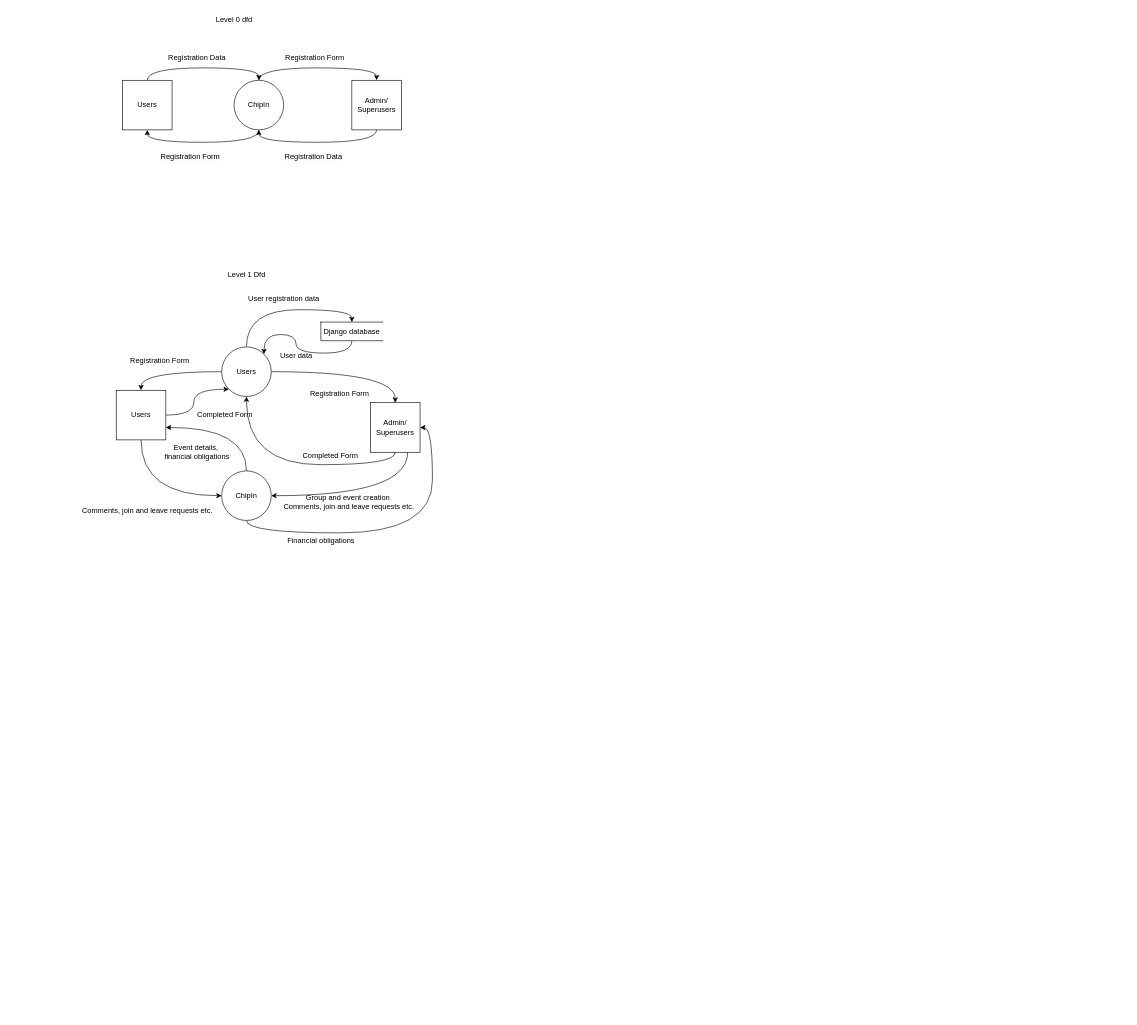
This is SSa_project.drawio from GeorginaFox/at1, a draw.io file, before an edit. Source tidied: cells renumbered, new cells numbered last; positions are measured from the earlier drawing's top-left corner, leaving out a move shared by most shapes. Both pictures are drawn from the tidied source at 62%, with x=0, y=0 at pixel (76, 11).
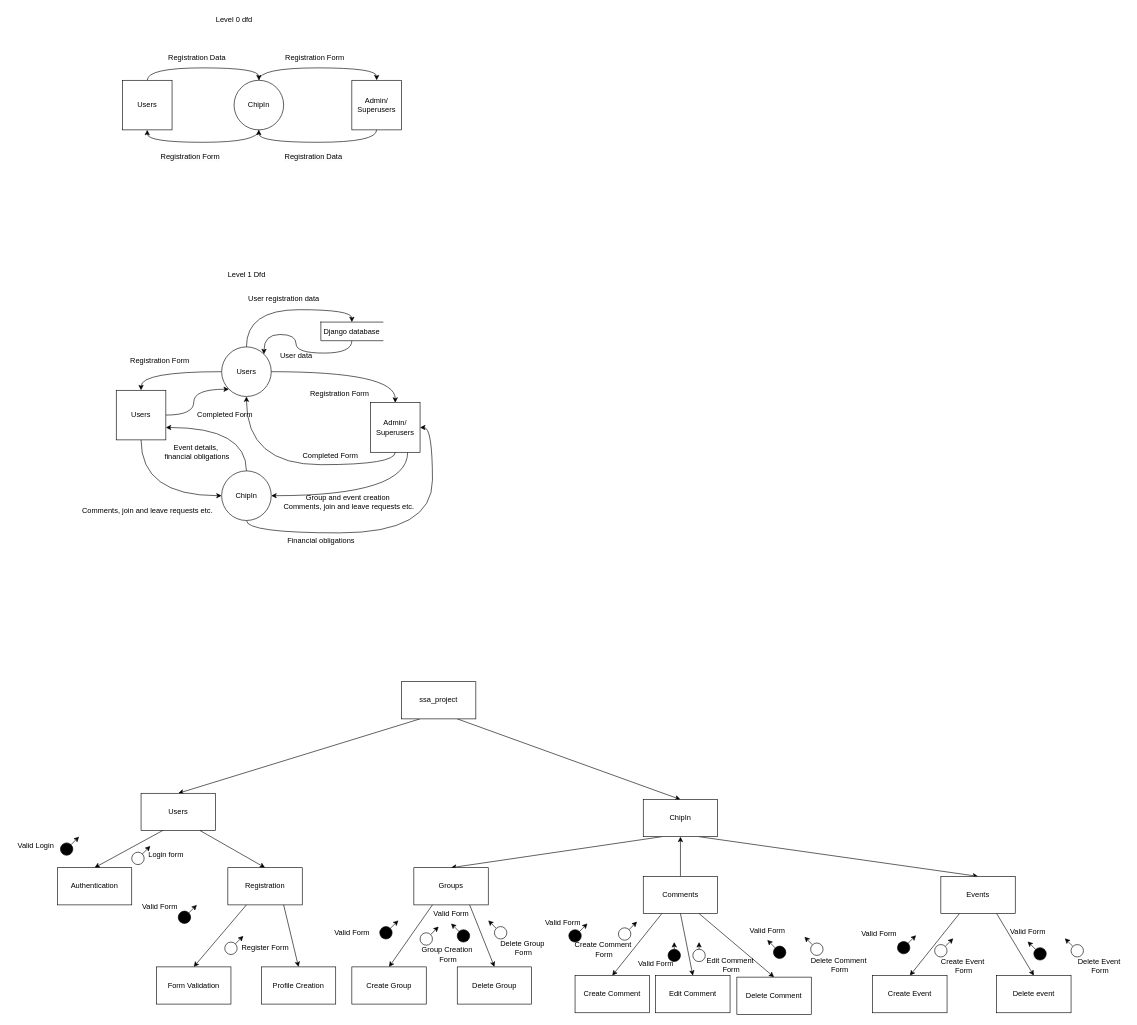
After the change.

Change to the diagram source:
```diff
@@
+    <mxCell id="40" style="rounded=0;jettySize=auto;html=1;exitX=0.25;exitY=1;exitDx=0;exitDy=0;entryX=0.5;entryY=0;entryDx=0;entryDy=0;" parent="1" edge="1" source="42" target="46">
+      <mxGeometry relative="1" as="geometry" />
+    </mxCell>
+    <mxCell id="41" style="rounded=0;jettySize=auto;html=1;exitX=0.75;exitY=1;exitDx=0;exitDy=0;entryX=0.5;entryY=0;entryDx=0;entryDy=0;" parent="1" edge="1" source="42" target="45">
+      <mxGeometry relative="1" as="geometry" />
+    </mxCell>
+    <mxCell id="42" value="ssa_project" style="rounded=0;whiteSpace=wrap;html=1;" parent="1" vertex="1">
+      <mxGeometry x="525" y="1082" width="120" height="60" as="geometry" />
+    </mxCell>
+    <mxCell id="43" style="rounded=0;jettySize=auto;html=1;exitX=0.25;exitY=1;exitDx=0;exitDy=0;entryX=0.5;entryY=0;entryDx=0;entryDy=0;" parent="1" edge="1" source="45" target="66">
+      <mxGeometry relative="1" as="geometry" />
+    </mxCell>
+    <mxCell id="44" style="rounded=0;jettySize=auto;html=1;exitX=0.75;exitY=1;exitDx=0;exitDy=0;entryX=0.5;entryY=0;entryDx=0;entryDy=0;" parent="1" edge="1" source="45" target="61">
+      <mxGeometry relative="1" as="geometry" />
+    </mxCell>
+    <mxCell id="45" value="ChipIn" style="rounded=0;whiteSpace=wrap;html=1;" parent="1" vertex="1">
+      <mxGeometry x="915" y="1272" width="120" height="60" as="geometry" />
+    </mxCell>
+    <mxCell id="46" value="Users" style="rounded=0;whiteSpace=wrap;html=1;" parent="1" vertex="1">
+      <mxGeometry x="105" y="1262" width="120" height="60" as="geometry" />
+    </mxCell>
+    <mxCell id="47" style="rounded=0;jettySize=auto;html=1;exitX=0.25;exitY=1;exitDx=0;exitDy=0;entryX=0.5;entryY=0;entryDx=0;entryDy=0;" parent="1" edge="1" target="50">
+      <mxGeometry relative="1" as="geometry">
+        <mxPoint x="140" y="1322" as="sourcePoint" />
+      </mxGeometry>
+    </mxCell>
+    <mxCell id="48" style="rounded=0;jettySize=auto;html=1;exitX=0.75;exitY=1;exitDx=0;exitDy=0;entryX=0.5;entryY=0;entryDx=0;entryDy=0;" parent="1" edge="1" target="49">
+      <mxGeometry relative="1" as="geometry">
+        <mxPoint x="200" y="1322" as="sourcePoint" />
+      </mxGeometry>
+    </mxCell>
+    <mxCell id="49" value="Registration" style="rounded=0;whiteSpace=wrap;html=1;" parent="1" vertex="1">
+      <mxGeometry x="245" y="1382" width="120" height="60" as="geometry" />
+    </mxCell>
+    <mxCell id="50" value="Authentication" style="rounded=0;whiteSpace=wrap;html=1;" parent="1" vertex="1">
+      <mxGeometry x="-30" y="1382" width="120" height="60" as="geometry" />
+    </mxCell>
+    <mxCell id="51" style="rounded=0;jettySize=auto;html=1;exitX=0.25;exitY=1;exitDx=0;exitDy=0;entryX=0.5;entryY=0;entryDx=0;entryDy=0;" parent="1" edge="1" source="49" target="54">
+      <mxGeometry relative="1" as="geometry" />
+    </mxCell>
+    <mxCell id="52" style="rounded=0;jettySize=auto;html=1;exitX=0.75;exitY=1;exitDx=0;exitDy=0;entryX=0.5;entryY=0;entryDx=0;entryDy=0;" parent="1" edge="1" source="49" target="53">
+      <mxGeometry relative="1" as="geometry" />
+    </mxCell>
+    <mxCell id="53" value="Profile Creation" style="rounded=0;whiteSpace=wrap;html=1;" parent="1" vertex="1">
+      <mxGeometry x="299" y="1542" width="120" height="60" as="geometry" />
+    </mxCell>
+    <mxCell id="54" value="Form Validation" style="rounded=0;whiteSpace=wrap;html=1;" parent="1" vertex="1">
+      <mxGeometry x="130" y="1542" width="120" height="60" as="geometry" />
+    </mxCell>
+    <mxCell id="55" value="Valid Login" style="text;html=1;align=center;verticalAlign=middle;strokeColor=none;fillColor=none;" parent="1" vertex="1">
+      <mxGeometry x="-105" y="1332" width="80" height="30" as="geometry" />
+    </mxCell>
+    <mxCell id="56" style="rounded=0;jettySize=auto;html=1;exitX=1;exitY=0;exitDx=0;exitDy=0;" parent="1" edge="1" source="57">
+      <mxGeometry relative="1" as="geometry">
+        <mxPoint x="195" y="1442" as="targetPoint" />
+      </mxGeometry>
+    </mxCell>
+    <mxCell id="57" style="ellipse;whiteSpace=wrap;html=1;fillColor=#000000;" parent="1" vertex="1">
+      <mxGeometry x="165" y="1452" width="20" height="20" as="geometry" />
+    </mxCell>
+    <mxCell id="58" value="Valid Form" style="text;html=1;align=center;verticalAlign=middle;strokeColor=none;fillColor=none;" parent="1" vertex="1">
+      <mxGeometry x="95" y="1430" width="80" height="30" as="geometry" />
+    </mxCell>
+    <mxCell id="59" value="Register Form" style="text;html=1;align=center;verticalAlign=middle;strokeColor=none;fillColor=none;" parent="1" vertex="1">
+      <mxGeometry x="255" y="1497" width="100" height="30" as="geometry" />
+    </mxCell>
+    <mxCell id="60" value="Login form" style="text;html=1;align=center;verticalAlign=middle;strokeColor=none;fillColor=none;" parent="1" vertex="1">
+      <mxGeometry x="105" y="1347" width="80" height="30" as="geometry" />
+    </mxCell>
+    <mxCell id="61" value="Events" style="rounded=0;whiteSpace=wrap;html=1;" parent="1" vertex="1">
+      <mxGeometry x="1395" y="1396" width="120" height="60" as="geometry" />
+    </mxCell>
+    <mxCell id="62" style="rounded=0;jettySize=auto;html=1;exitX=0.25;exitY=1;exitDx=0;exitDy=0;entryX=0.5;entryY=0;entryDx=0;entryDy=0;" parent="1" edge="1" source="61" target="65">
+      <mxGeometry relative="1" as="geometry" />
+    </mxCell>
+    <mxCell id="63" style="rounded=0;jettySize=auto;html=1;exitX=0.75;exitY=1;exitDx=0;exitDy=0;entryX=0.5;entryY=0;entryDx=0;entryDy=0;" parent="1" edge="1" source="61" target="64">
+      <mxGeometry relative="1" as="geometry" />
+    </mxCell>
+    <mxCell id="64" value="Delete event" style="rounded=0;whiteSpace=wrap;html=1;" parent="1" vertex="1">
+      <mxGeometry x="1485" y="1556" width="120" height="60" as="geometry" />
+    </mxCell>
+    <mxCell id="65" value="Create Event" style="rounded=0;whiteSpace=wrap;html=1;" parent="1" vertex="1">
+      <mxGeometry x="1285" y="1556" width="120" height="60" as="geometry" />
+    </mxCell>
+    <mxCell id="66" value="Groups" style="rounded=0;whiteSpace=wrap;html=1;" parent="1" vertex="1">
+      <mxGeometry x="545" y="1382" width="120" height="60" as="geometry" />
+    </mxCell>
+    <mxCell id="67" style="rounded=0;jettySize=auto;html=1;exitX=0.25;exitY=1;exitDx=0;exitDy=0;entryX=0.5;entryY=0;entryDx=0;entryDy=0;" parent="1" edge="1" source="66" target="70">
+      <mxGeometry relative="1" as="geometry" />
+    </mxCell>
+    <mxCell id="68" style="rounded=0;jettySize=auto;html=1;exitX=0.75;exitY=1;exitDx=0;exitDy=0;entryX=0.5;entryY=0;entryDx=0;entryDy=0;" parent="1" edge="1" source="66" target="69">
+      <mxGeometry relative="1" as="geometry" />
+    </mxCell>
+    <mxCell id="69" value="Delete Group" style="rounded=0;whiteSpace=wrap;html=1;" parent="1" vertex="1">
+      <mxGeometry x="615" y="1542" width="120" height="60" as="geometry" />
+    </mxCell>
+    <mxCell id="70" value="Create Group" style="rounded=0;whiteSpace=wrap;html=1;" parent="1" vertex="1">
+      <mxGeometry x="445" y="1542" width="120" height="60" as="geometry" />
+    </mxCell>
+    <mxCell id="71" style="rounded=0;jettySize=auto;html=1;exitX=1;exitY=0;exitDx=0;exitDy=0;" parent="1" edge="1" source="72">
+      <mxGeometry relative="1" as="geometry">
+        <mxPoint x="5" y="1332" as="targetPoint" />
+      </mxGeometry>
+    </mxCell>
+    <mxCell id="72" style="ellipse;whiteSpace=wrap;html=1;fillColor=#000000;" parent="1" vertex="1">
+      <mxGeometry x="-25" y="1342" width="20" height="20" as="geometry" />
+    </mxCell>
+    <mxCell id="73" style="rounded=0;jettySize=auto;html=1;exitX=1;exitY=0;exitDx=0;exitDy=0;" parent="1" edge="1" source="74">
+      <mxGeometry relative="1" as="geometry">
+        <mxPoint x="120" y="1347" as="targetPoint" />
+      </mxGeometry>
+    </mxCell>
+    <mxCell id="74" style="ellipse;whiteSpace=wrap;html=1;fillColor=#FFFFFF;" parent="1" vertex="1">
+      <mxGeometry x="90" y="1357" width="20" height="20" as="geometry" />
+    </mxCell>
+    <mxCell id="75" style="rounded=0;jettySize=auto;html=1;exitX=1;exitY=0;exitDx=0;exitDy=0;" parent="1" edge="1" source="76">
+      <mxGeometry relative="1" as="geometry">
+        <mxPoint x="270" y="1492" as="targetPoint" />
+      </mxGeometry>
+    </mxCell>
+    <mxCell id="76" style="ellipse;whiteSpace=wrap;html=1;fillColor=#FFFFFF;" parent="1" vertex="1">
+      <mxGeometry x="240" y="1502" width="20" height="20" as="geometry" />
+    </mxCell>
+    <mxCell id="77" style="rounded=0;jettySize=auto;html=1;exitX=1;exitY=0;exitDx=0;exitDy=0;" parent="1" edge="1" source="78">
+      <mxGeometry relative="1" as="geometry">
+        <mxPoint x="520" y="1467" as="targetPoint" />
+      </mxGeometry>
+    </mxCell>
+    <mxCell id="78" style="ellipse;whiteSpace=wrap;html=1;fillColor=#000000;" parent="1" vertex="1">
+      <mxGeometry x="490" y="1477" width="20" height="20" as="geometry" />
+    </mxCell>
+    <mxCell id="79" value="Valid Form" style="text;html=1;align=center;verticalAlign=middle;strokeColor=none;fillColor=none;" parent="1" vertex="1">
+      <mxGeometry x="405" y="1472" width="80" height="30" as="geometry" />
+    </mxCell>
+    <mxCell id="80" style="rounded=0;jettySize=auto;html=1;exitX=1;exitY=0;exitDx=0;exitDy=0;" parent="1" edge="1" source="81">
+      <mxGeometry relative="1" as="geometry">
+        <mxPoint x="585" y="1477" as="targetPoint" />
+      </mxGeometry>
+    </mxCell>
+    <mxCell id="81" style="ellipse;whiteSpace=wrap;html=1;fillColor=#FFFFFF;gradientColor=none;" parent="1" vertex="1">
+      <mxGeometry x="555" y="1487" width="20" height="20" as="geometry" />
+    </mxCell>
+    <mxCell id="82" value="Group Creation&amp;nbsp;&lt;div&gt;Form&lt;/div&gt;" style="text;html=1;align=center;verticalAlign=middle;strokeColor=none;fillColor=none;" parent="1" vertex="1">
+      <mxGeometry x="545" y="1502" width="110" height="40" as="geometry" />
+    </mxCell>
+    <mxCell id="83" value="Valid Form" style="text;html=1;align=center;verticalAlign=middle;strokeColor=none;fillColor=none;" parent="1" vertex="1">
+      <mxGeometry x="1255" y="1474" width="80" height="30" as="geometry" />
+    </mxCell>
+    <mxCell id="84" style="rounded=0;jettySize=auto;html=1;exitX=1;exitY=0;exitDx=0;exitDy=0;" parent="1" edge="1" source="85">
+      <mxGeometry relative="1" as="geometry">
+        <mxPoint x="1355" y="1491" as="targetPoint" />
+      </mxGeometry>
+    </mxCell>
+    <mxCell id="85" style="ellipse;whiteSpace=wrap;html=1;fillColor=#000000;" parent="1" vertex="1">
+      <mxGeometry x="1325" y="1501" width="20" height="20" as="geometry" />
+    </mxCell>
+    <mxCell id="86" style="rounded=0;jettySize=auto;html=1;exitX=1;exitY=0;exitDx=0;exitDy=0;" parent="1" edge="1" source="87">
+      <mxGeometry relative="1" as="geometry">
+        <mxPoint x="1415" y="1496" as="targetPoint" />
+      </mxGeometry>
+    </mxCell>
+    <mxCell id="87" style="ellipse;whiteSpace=wrap;html=1;fillColor=#FFFFFF;gradientColor=none;" parent="1" vertex="1">
+      <mxGeometry x="1385" y="1506" width="20" height="20" as="geometry" />
+    </mxCell>
+    <mxCell id="88" value="Create Event&lt;div&gt;&amp;nbsp;Form&lt;/div&gt;" style="text;html=1;align=center;verticalAlign=middle;strokeColor=none;fillColor=none;" parent="1" vertex="1">
+      <mxGeometry x="1385" y="1521" width="90" height="40" as="geometry" />
+    </mxCell>
+    <mxCell id="89" value="Valid Form" style="text;html=1;align=center;verticalAlign=middle;strokeColor=none;fillColor=none;" parent="1" vertex="1">
+      <mxGeometry x="1495" y="1471" width="80" height="30" as="geometry" />
+    </mxCell>
+    <mxCell id="90" style="rounded=0;jettySize=auto;html=1;exitX=0;exitY=0;exitDx=0;exitDy=0;" parent="1" edge="1" source="91">
+      <mxGeometry relative="1" as="geometry">
+        <mxPoint x="1595" y="1496" as="targetPoint" />
+      </mxGeometry>
+    </mxCell>
+    <mxCell id="91" style="ellipse;whiteSpace=wrap;html=1;fillColor=#FFFFFF;gradientColor=none;" parent="1" vertex="1">
+      <mxGeometry x="1605" y="1506" width="20" height="20" as="geometry" />
+    </mxCell>
+    <mxCell id="92" value="Delete Event&lt;div&gt;&amp;nbsp;Form&lt;/div&gt;" style="text;html=1;align=center;verticalAlign=middle;strokeColor=none;fillColor=none;" parent="1" vertex="1">
+      <mxGeometry x="1605" y="1521" width="90" height="40" as="geometry" />
+    </mxCell>
+    <mxCell id="93" style="rounded=0;jettySize=auto;html=1;exitX=0;exitY=0;exitDx=0;exitDy=0;" parent="1" edge="1" source="94">
+      <mxGeometry relative="1" as="geometry">
+        <mxPoint x="1535" y="1501" as="targetPoint" />
+      </mxGeometry>
+    </mxCell>
+    <mxCell id="94" style="ellipse;whiteSpace=wrap;html=1;fillColor=#000000;gradientColor=none;" parent="1" vertex="1">
+      <mxGeometry x="1545" y="1511" width="20" height="20" as="geometry" />
+    </mxCell>
+    <mxCell id="95" value="Valid Form" style="text;html=1;align=center;verticalAlign=middle;strokeColor=none;fillColor=none;" parent="1" vertex="1">
+      <mxGeometry x="565" y="1442" width="80" height="30" as="geometry" />
+    </mxCell>
+    <mxCell id="96" style="rounded=0;jettySize=auto;html=1;exitX=0;exitY=0;exitDx=0;exitDy=0;" parent="1" edge="1" source="97">
+      <mxGeometry relative="1" as="geometry">
+        <mxPoint x="665" y="1467" as="targetPoint" />
+      </mxGeometry>
+    </mxCell>
+    <mxCell id="97" style="ellipse;whiteSpace=wrap;html=1;fillColor=#FFFFFF;gradientColor=none;" parent="1" vertex="1">
+      <mxGeometry x="675" y="1477" width="20" height="20" as="geometry" />
+    </mxCell>
+    <mxCell id="98" value="Delete Group&lt;div&gt;&amp;nbsp;Form&lt;/div&gt;" style="text;html=1;align=center;verticalAlign=middle;strokeColor=none;fillColor=none;" parent="1" vertex="1">
+      <mxGeometry x="675" y="1492" width="90" height="40" as="geometry" />
+    </mxCell>
+    <mxCell id="99" style="rounded=0;jettySize=auto;html=1;exitX=0;exitY=0;exitDx=0;exitDy=0;" parent="1" edge="1" source="100">
+      <mxGeometry relative="1" as="geometry">
+        <mxPoint x="605" y="1472" as="targetPoint" />
+      </mxGeometry>
+    </mxCell>
+    <mxCell id="100" style="ellipse;whiteSpace=wrap;html=1;fillColor=#000000;gradientColor=none;" parent="1" vertex="1">
+      <mxGeometry x="615" y="1482" width="20" height="20" as="geometry" />
+    </mxCell>
+    <mxCell id="101" style="rounded=0;jettySize=auto;html=1;exitX=0.5;exitY=0;exitDx=0;exitDy=0;entryX=0.5;entryY=1;entryDx=0;entryDy=0;" parent="1" edge="1" source="102" target="45">
+      <mxGeometry relative="1" as="geometry" />
+    </mxCell>
+    <mxCell id="102" value="Comments" style="rounded=0;whiteSpace=wrap;html=1;" parent="1" vertex="1">
+      <mxGeometry x="915" y="1396" width="120" height="60" as="geometry" />
+    </mxCell>
+    <mxCell id="103" style="rounded=0;jettySize=auto;html=1;exitX=0.25;exitY=1;exitDx=0;exitDy=0;entryX=0.5;entryY=0;entryDx=0;entryDy=0;" parent="1" edge="1" source="102" target="106">
+      <mxGeometry relative="1" as="geometry" />
+    </mxCell>
+    <mxCell id="104" style="rounded=0;jettySize=auto;html=1;exitX=0.75;exitY=1;exitDx=0;exitDy=0;entryX=0.5;entryY=0;entryDx=0;entryDy=0;" parent="1" edge="1" source="102" target="105">
+      <mxGeometry relative="1" as="geometry" />
+    </mxCell>
+    <mxCell id="105" value="Delete Comment" style="rounded=0;whiteSpace=wrap;html=1;" parent="1" vertex="1">
+      <mxGeometry x="1066" y="1558.5" width="120" height="60" as="geometry" />
+    </mxCell>
+    <mxCell id="106" value="Create Comment" style="rounded=0;whiteSpace=wrap;html=1;" parent="1" vertex="1">
+      <mxGeometry x="805" y="1556" width="120" height="60" as="geometry" />
+    </mxCell>
+    <mxCell id="107" value="Valid Form" style="text;html=1;align=center;verticalAlign=middle;strokeColor=none;fillColor=none;" parent="1" vertex="1">
+      <mxGeometry x="745" y="1456" width="80" height="30" as="geometry" />
+    </mxCell>
+    <mxCell id="108" style="rounded=0;jettySize=auto;html=1;exitX=1;exitY=0;exitDx=0;exitDy=0;" parent="1" edge="1" source="109">
+      <mxGeometry relative="1" as="geometry">
+        <mxPoint x="825" y="1472" as="targetPoint" />
+      </mxGeometry>
+    </mxCell>
+    <mxCell id="109" style="ellipse;whiteSpace=wrap;html=1;fillColor=#000000;" parent="1" vertex="1">
+      <mxGeometry x="795" y="1482" width="20" height="20" as="geometry" />
+    </mxCell>
+    <mxCell id="110" style="rounded=0;jettySize=auto;html=1;exitX=1;exitY=0;exitDx=0;exitDy=0;" parent="1" edge="1" source="111">
+      <mxGeometry relative="1" as="geometry">
+        <mxPoint x="905" y="1469" as="targetPoint" />
+      </mxGeometry>
+    </mxCell>
+    <mxCell id="111" style="ellipse;whiteSpace=wrap;html=1;fillColor=#FFFFFF;gradientColor=none;" parent="1" vertex="1">
+      <mxGeometry x="875" y="1479" width="20" height="20" as="geometry" />
+    </mxCell>
+    <mxCell id="112" value="Create Comment&lt;div&gt;&amp;nbsp;Form&lt;/div&gt;" style="text;html=1;align=center;verticalAlign=middle;strokeColor=none;fillColor=none;" parent="1" vertex="1">
+      <mxGeometry x="795" y="1493.5" width="110" height="40" as="geometry" />
+    </mxCell>
+    <mxCell id="113" value="Valid Form" style="text;html=1;align=center;verticalAlign=middle;strokeColor=none;fillColor=none;" parent="1" vertex="1">
+      <mxGeometry x="1075" y="1468.5" width="80" height="30" as="geometry" />
+    </mxCell>
+    <mxCell id="114" style="rounded=0;jettySize=auto;html=1;exitX=0;exitY=0;exitDx=0;exitDy=0;" parent="1" edge="1" source="115">
+      <mxGeometry relative="1" as="geometry">
+        <mxPoint x="1175" y="1493.5" as="targetPoint" />
+      </mxGeometry>
+    </mxCell>
+    <mxCell id="115" style="ellipse;whiteSpace=wrap;html=1;fillColor=#FFFFFF;gradientColor=none;" parent="1" vertex="1">
+      <mxGeometry x="1185" y="1503.5" width="20" height="20" as="geometry" />
+    </mxCell>
+    <mxCell id="116" value="Delete Comment&lt;div&gt;&amp;nbsp;Form&lt;/div&gt;" style="text;html=1;align=center;verticalAlign=middle;strokeColor=none;fillColor=none;" parent="1" vertex="1">
+      <mxGeometry x="1175" y="1518.5" width="110" height="40" as="geometry" />
+    </mxCell>
+    <mxCell id="117" style="rounded=0;jettySize=auto;html=1;exitX=0;exitY=0;exitDx=0;exitDy=0;" parent="1" edge="1" source="118">
+      <mxGeometry relative="1" as="geometry">
+        <mxPoint x="1115" y="1498.5" as="targetPoint" />
+      </mxGeometry>
+    </mxCell>
+    <mxCell id="118" style="ellipse;whiteSpace=wrap;html=1;fillColor=#000000;gradientColor=none;" parent="1" vertex="1">
+      <mxGeometry x="1125" y="1508.5" width="20" height="20" as="geometry" />
+    </mxCell>
+    <mxCell id="119" style="rounded=0;jettySize=auto;html=1;exitX=0.5;exitY=1;exitDx=0;exitDy=0;entryX=0.5;entryY=0;entryDx=0;entryDy=0;" parent="1" edge="1" source="102" target="120">
+      <mxGeometry relative="1" as="geometry" />
+    </mxCell>
+    <mxCell id="120" value="Edit Comment" style="rounded=0;whiteSpace=wrap;html=1;" parent="1" vertex="1">
+      <mxGeometry x="935" y="1556" width="120" height="60" as="geometry" />
+    </mxCell>
+    <mxCell id="121" value="Valid Form" style="text;html=1;align=center;verticalAlign=middle;strokeColor=none;fillColor=none;" parent="1" vertex="1">
+      <mxGeometry x="895" y="1522" width="80" height="30" as="geometry" />
+    </mxCell>
+    <mxCell id="122" style="edgeStyle=orthogonalEdgeStyle;rounded=0;jettySize=auto;html=1;exitX=0.5;exitY=0;exitDx=0;exitDy=0;" parent="1" edge="1" source="123">
+      <mxGeometry relative="1" as="geometry">
+        <mxPoint x="965" y="1502" as="targetPoint" />
+      </mxGeometry>
+    </mxCell>
+    <mxCell id="123" style="ellipse;whiteSpace=wrap;html=1;fillColor=#000000;" parent="1" vertex="1">
+      <mxGeometry x="955" y="1513.5" width="20" height="20" as="geometry" />
+    </mxCell>
+    <mxCell id="124" style="edgeStyle=orthogonalEdgeStyle;rounded=0;jettySize=auto;html=1;exitX=0.5;exitY=0;exitDx=0;exitDy=0;" parent="1" edge="1" source="125">
+      <mxGeometry relative="1" as="geometry">
+        <mxPoint x="1005" y="1502" as="targetPoint" />
+      </mxGeometry>
+    </mxCell>
+    <mxCell id="125" style="ellipse;whiteSpace=wrap;html=1;fillColor=#FFFFFF;gradientColor=none;" parent="1" vertex="1">
+      <mxGeometry x="995" y="1513.5" width="20" height="20" as="geometry" />
+    </mxCell>
+    <mxCell id="126" value="Edit Comment&lt;div&gt;&amp;nbsp;Form&lt;/div&gt;" style="text;html=1;align=center;verticalAlign=middle;strokeColor=none;fillColor=none;" parent="1" vertex="1">
+      <mxGeometry x="1005" y="1518.5" width="100" height="40" as="geometry" />
+    </mxCell>
```
